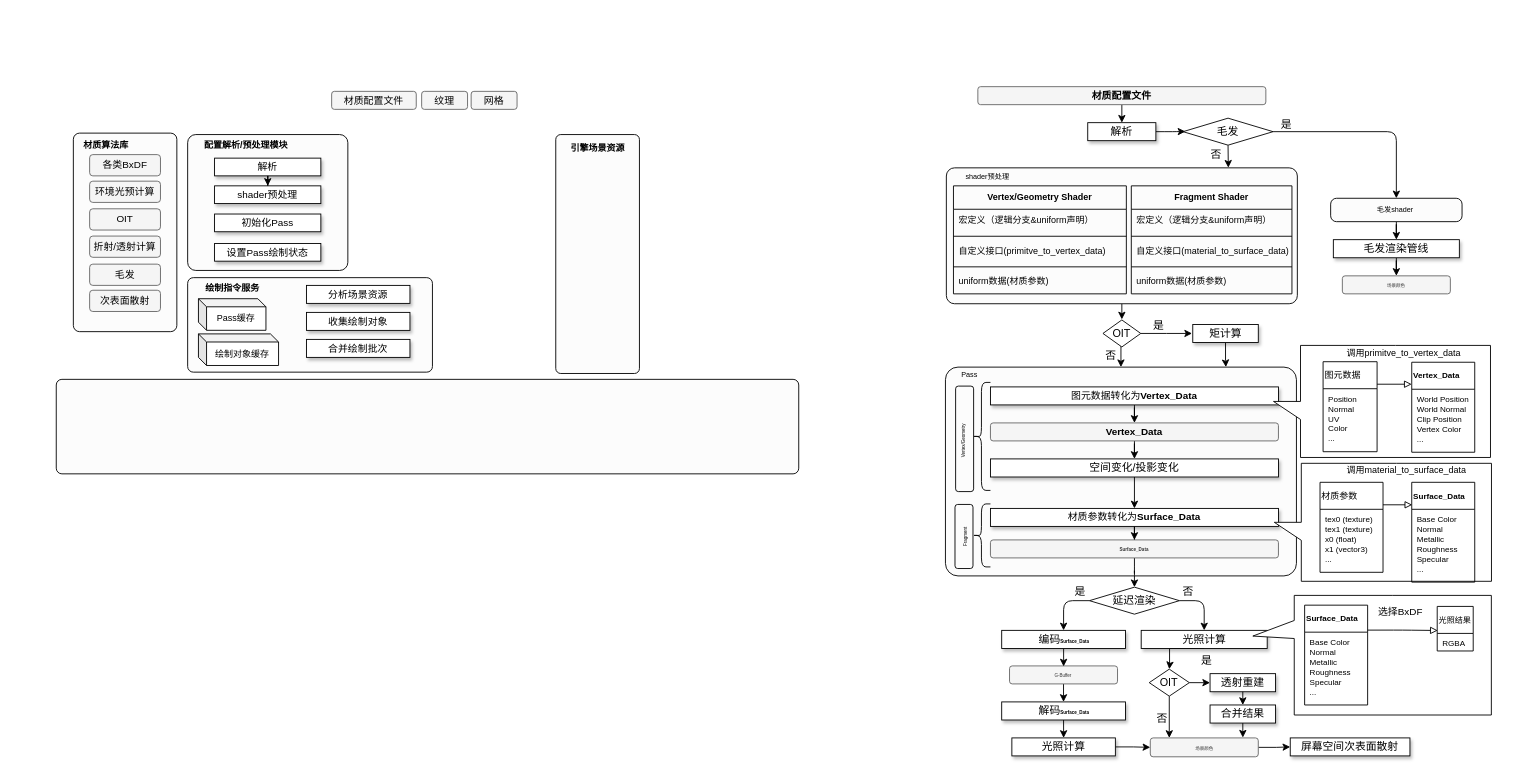
This is 未命名绘图.drawio from inliab/hello-world, a draw.io file, before an edit. Source tidied: cells renumbered, new cells numbered last; positions are measured from the earlier drawing's top-left corner, leaving out a move shared by most shapes. Both pictures are drawn from the tidied source at 90%, with x=0, y=0 at pixel (56, 86).
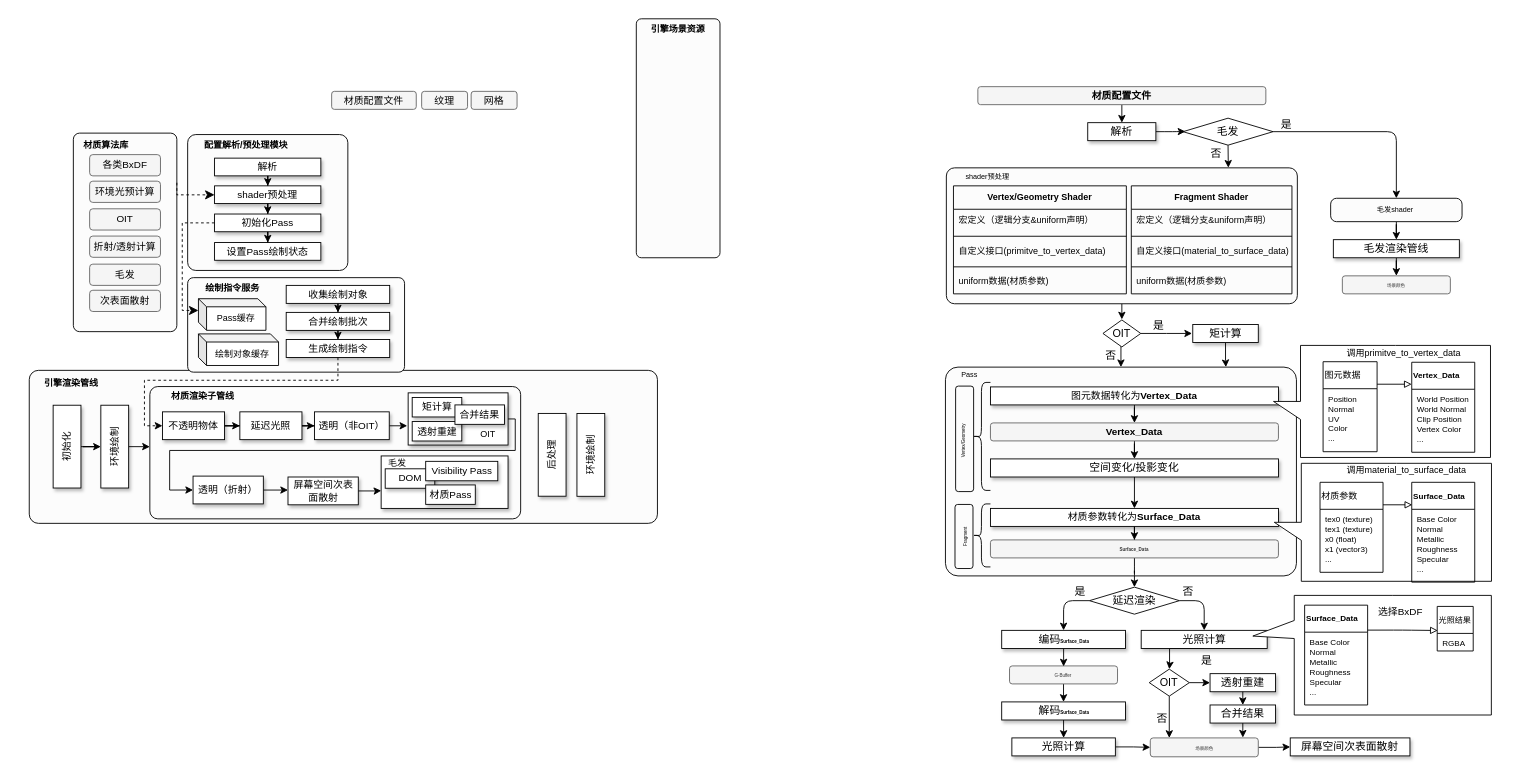
The same page after the edit.

Commit message (it also covers changes not shown here):
更新未命名绘图.drawio

Unchanged cells that the change refers to:
```xml
<mxCell id="115" value="&lt;span style=&quot;font-size: 11px;&quot;&gt;shader预处理&lt;/span&gt;" style="rounded=0;whiteSpace=wrap;html=1;fontSize=12;glass=0;strokeWidth=1;shadow=1;" parent="1" vertex="1">
  <mxGeometry x="175.9" y="110" width="118.1" height="19.7" as="geometry" />
</mxCell>
<mxCell id="117" style="rounded=1;whiteSpace=wrap;html=1;shadow=0;glass=0;sketch=0;fontSize=5;fillColor=#FCFCFC;arcSize=6;" parent="1" vertex="1">
  <mxGeometry x="19" y="51.4" width="115" height="220.6" as="geometry" />
</mxCell>
<mxCell id="127" value="Pass缓存" style="shape=cube;whiteSpace=wrap;html=1;boundedLbl=1;backgroundOutline=1;darkOpacity=0.05;darkOpacity2=0.1;fontSize=10;size=9;" parent="1" vertex="1">
  <mxGeometry x="158" y="235.4" width="75" height="35.1" as="geometry" />
</mxCell>
<mxCell id="128" value="&lt;span style=&quot;font-size: 11px;&quot;&gt;初始化Pass&lt;/span&gt;" style="rounded=0;whiteSpace=wrap;html=1;fontSize=12;glass=0;strokeWidth=1;shadow=1;" parent="1" vertex="1">
  <mxGeometry x="175.9" y="141.3" width="118.1" height="19.7" as="geometry" />
</mxCell>
```

Change to the diagram source:
```diff
@@
+    <mxCell id="137" style="rounded=1;whiteSpace=wrap;html=1;shadow=0;glass=0;sketch=0;fontSize=5;fillColor=#FCFCFC;arcSize=6;" parent="1" vertex="1">
+      <mxGeometry x="-30" y="315" width="698" height="170" as="geometry" />
+    </mxCell>
@@
+    <mxCell id="138" style="edgeStyle=orthogonalEdgeStyle;rounded=0;jettySize=auto;html=1;fontSize=10;" parent="1" edge="1" source="115" target="128">
+      <mxGeometry relative="1" as="geometry" />
+    </mxCell>
@@
-    <mxCell id="116" value="&lt;span style=&quot;font-size: 11px;&quot;&gt;设置Pass绘制状态&lt;/span&gt;" style="rounded=0;whiteSpace=wrap;html=1;fontSize=12;glass=0;strokeWidth=1;shadow=1;" parent="1" vertex="1">
-      <mxGeometry x="175.9" y="174" width="118.1" height="19.7" as="geometry" />
-    </mxCell>
@@
     <mxCell id="125" style="rounded=1;whiteSpace=wrap;html=1;shadow=0;glass=0;sketch=0;fontSize=5;fillColor=#FCFCFC;arcSize=6;" parent="1" vertex="1">
-      <mxGeometry x="146" y="212" width="272" height="105" as="geometry" />
+      <mxGeometry x="146" y="212" width="241" height="105" as="geometry" />
     </mxCell>
@@
+    <mxCell id="139" style="edgeStyle=orthogonalEdgeStyle;rounded=0;jettySize=auto;html=1;fontSize=10;" parent="1" edge="1" source="128" target="116">
+      <mxGeometry relative="1" as="geometry" />
+    </mxCell>
@@
-    <mxCell id="129" value="&lt;span style=&quot;font-size: 11px;&quot;&gt;分析场景资源&lt;/span&gt;" style="rounded=0;whiteSpace=wrap;html=1;fontSize=12;glass=0;strokeWidth=1;shadow=1;" parent="1" vertex="1">
-      <mxGeometry x="278" y="220.6" width="115" height="20" as="geometry" />
-    </mxCell>
+    <mxCell id="140" style="edgeStyle=orthogonalEdgeStyle;rounded=0;jettySize=auto;html=1;entryX=0.5;entryY=0;entryDx=0;entryDy=0;dashed=1;fontSize=10;" parent="1" edge="1" source="130" target="131">
+      <mxGeometry relative="1" as="geometry" />
+    </mxCell>
     <mxCell id="130" value="&lt;span style=&quot;font-size: 11px;&quot;&gt;收集绘制对象&lt;/span&gt;" style="rounded=0;whiteSpace=wrap;html=1;fontSize=12;glass=0;strokeWidth=1;shadow=1;" parent="1" vertex="1">
-      <mxGeometry x="278" y="250.6" width="115" height="20" as="geometry" />
+      <mxGeometry x="255.5" y="220.6" width="115" height="20" as="geometry" />
     </mxCell>
+    <mxCell id="141" style="edgeStyle=orthogonalEdgeStyle;rounded=0;jettySize=auto;html=1;entryX=0.5;entryY=0;entryDx=0;entryDy=0;dashed=1;fontSize=10;" parent="1" edge="1" source="131" target="143">
+      <mxGeometry relative="1" as="geometry" />
+    </mxCell>
     <mxCell id="131" value="&lt;span style=&quot;font-size: 11px;&quot;&gt;合并绘制批次&lt;/span&gt;" style="rounded=0;whiteSpace=wrap;html=1;fontSize=12;glass=0;strokeWidth=1;shadow=1;" parent="1" vertex="1">
-      <mxGeometry x="278" y="280.6" width="115" height="20" as="geometry" />
+      <mxGeometry x="255.5" y="250.6" width="115" height="20" as="geometry" />
     </mxCell>
     <mxCell id="132" style="rounded=1;whiteSpace=wrap;html=1;shadow=0;glass=0;sketch=0;fontSize=5;fillColor=#FCFCFC;arcSize=6;" parent="1" vertex="1">
-      <mxGeometry x="555" y="53" width="93" height="265.5" as="geometry" />
+      <mxGeometry x="644.5" y="-75.6" width="93" height="265.5" as="geometry" />
     </mxCell>
     <mxCell id="133" value="&lt;b&gt;引擎场景资源&lt;/b&gt;" style="text;html=1;strokeColor=none;fillColor=none;align=center;verticalAlign=middle;whiteSpace=wrap;rounded=0;fontSize=10;" parent="1" vertex="1">
-      <mxGeometry x="539.5" y="53" width="124" height="30" as="geometry" />
+      <mxGeometry x="629" y="-79.4" width="124" height="30" as="geometry" />
     </mxCell>
@@
     <mxCell id="135" style="rounded=1;whiteSpace=wrap;html=1;shadow=0;glass=0;sketch=0;fontSize=5;fillColor=#FCFCFC;arcSize=6;" parent="1" vertex="1">
-      <mxGeometry y="325" width="825" height="105" as="geometry" />
+      <mxGeometry x="104" y="333" width="412" height="147" as="geometry" />
     </mxCell>
@@
+    <mxCell id="116" value="&lt;span style=&quot;font-size: 11px;&quot;&gt;设置Pass绘制状态&lt;/span&gt;" style="rounded=0;whiteSpace=wrap;html=1;fontSize=12;glass=0;strokeWidth=1;shadow=1;" parent="1" vertex="1">
+      <mxGeometry x="175.9" y="173" width="118.1" height="19.7" as="geometry" />
+    </mxCell>
+    <mxCell id="142" style="edgeStyle=elbowEdgeStyle;elbow=vertical;endArrow=classic;html=1;curved=0;rounded=0;endSize=8;startSize=8;fontSize=10;exitX=0;exitY=0.5;exitDx=0;exitDy=0;entryX=0;entryY=0;entryDx=0;entryDy=13.04;entryPerimeter=0;dashed=1;" parent="1" edge="1" source="128" target="127">
+      <mxGeometry relative="1" as="geometry">
+        <Array as="points">
+          <mxPoint x="140" y="199" />
+        </Array>
+      </mxGeometry>
+    </mxCell>
+    <mxCell id="143" value="&lt;span style=&quot;font-size: 11px;&quot;&gt;生成绘制指令&lt;/span&gt;" style="rounded=0;whiteSpace=wrap;html=1;fontSize=12;glass=0;strokeWidth=1;shadow=1;" parent="1" vertex="1">
+      <mxGeometry x="255.5" y="280.7" width="115" height="20" as="geometry" />
+    </mxCell>
+    <mxCell id="144" value="&lt;b&gt;材质渲染子管线&lt;/b&gt;" style="text;html=1;strokeColor=none;fillColor=none;align=center;verticalAlign=middle;whiteSpace=wrap;rounded=0;fontSize=10;" parent="1" vertex="1">
+      <mxGeometry x="101" y="328.4" width="124" height="30" as="geometry" />
+    </mxCell>
+    <mxCell id="145" style="edgeStyle=orthogonalEdgeStyle;rounded=0;jettySize=auto;html=1;fontSize=10;" parent="1" edge="1" source="146" target="148">
+      <mxGeometry relative="1" as="geometry" />
+    </mxCell>
+    <mxCell id="146" value="&lt;span style=&quot;font-size: 11px;&quot;&gt;不透明物体&lt;/span&gt;" style="rounded=0;whiteSpace=wrap;html=1;fontSize=12;glass=0;strokeWidth=1;shadow=1;" parent="1" vertex="1">
+      <mxGeometry x="118" y="361.1" width="69" height="30.9" as="geometry" />
+    </mxCell>
+    <mxCell id="147" style="edgeStyle=orthogonalEdgeStyle;rounded=0;jettySize=auto;html=1;fontSize=10;" parent="1" edge="1" source="148" target="151">
+      <mxGeometry relative="1" as="geometry" />
+    </mxCell>
+    <mxCell id="148" value="&lt;span style=&quot;font-size: 11px;&quot;&gt;延迟光照&lt;/span&gt;" style="rounded=0;whiteSpace=wrap;html=1;fontSize=12;glass=0;strokeWidth=1;shadow=1;" parent="1" vertex="1">
+      <mxGeometry x="204" y="361.1" width="69" height="30.9" as="geometry" />
+    </mxCell>
+    <mxCell id="149" style="edgeStyle=orthogonalEdgeStyle;rounded=0;jettySize=auto;html=1;entryX=-0.017;entryY=0.625;entryDx=0;entryDy=0;entryPerimeter=0;fontSize=11;" parent="1" edge="1" source="151" target="153">
+      <mxGeometry relative="1" as="geometry" />
+    </mxCell>
+    <mxCell id="150" style="edgeStyle=orthogonalEdgeStyle;rounded=0;jettySize=auto;html=1;entryX=0;entryY=0.5;entryDx=0;entryDy=0;fontSize=11;exitX=0.5;exitY=1;exitDx=0;exitDy=0;dashed=1;" parent="1" edge="1" source="143" target="146">
+      <mxGeometry relative="1" as="geometry">
+        <Array as="points">
+          <mxPoint x="313" y="326" />
+          <mxPoint x="98" y="326" />
+          <mxPoint x="98" y="377" />
+        </Array>
+      </mxGeometry>
+    </mxCell>
+    <mxCell id="151" value="&lt;span style=&quot;font-size: 11px;&quot;&gt;透明（非OIT）&lt;/span&gt;" style="rounded=0;whiteSpace=wrap;html=1;fontSize=12;glass=0;strokeWidth=1;shadow=1;" parent="1" vertex="1">
+      <mxGeometry x="287" y="361.1" width="83" height="30.9" as="geometry" />
+    </mxCell>
+    <mxCell id="152" style="edgeStyle=orthogonalEdgeStyle;rounded=0;jettySize=auto;html=1;entryX=0;entryY=0.5;entryDx=0;entryDy=0;fontSize=10;exitX=1;exitY=0.5;exitDx=0;exitDy=0;" parent="1" edge="1" source="153" target="158">
+      <mxGeometry relative="1" as="geometry">
+        <Array as="points">
+          <mxPoint x="502" y="369" />
+          <mxPoint x="510" y="369" />
+          <mxPoint x="510" y="404" />
+          <mxPoint x="126" y="404" />
+          <mxPoint x="126" y="448" />
+        </Array>
+      </mxGeometry>
+    </mxCell>
+    <mxCell id="153" style="rounded=0;whiteSpace=wrap;html=1;fontSize=12;glass=0;strokeWidth=1;shadow=1;" parent="1" vertex="1">
+      <mxGeometry x="391" y="340" width="111" height="58" as="geometry" />
+    </mxCell>
+    <mxCell id="154" value="&lt;span style=&quot;font-size: 11px;&quot;&gt;矩计算&lt;/span&gt;" style="rounded=0;whiteSpace=wrap;html=1;fontSize=12;glass=0;strokeWidth=1;shadow=1;rotation=0;" parent="1" vertex="1">
+      <mxGeometry x="395.5" y="345.2" width="55.1" height="21.6" as="geometry" />
+    </mxCell>
+    <mxCell id="155" value="&lt;span style=&quot;font-size: 11px;&quot;&gt;透射重建&lt;/span&gt;" style="rounded=0;whiteSpace=wrap;html=1;fontSize=12;glass=0;strokeWidth=1;shadow=1;rotation=0;" parent="1" vertex="1">
+      <mxGeometry x="395.5" y="371.9" width="55.1" height="21.6" as="geometry" />
+    </mxCell>
+    <mxCell id="156" value="&lt;span style=&quot;font-size: 11px;&quot;&gt;合并结果&lt;/span&gt;" style="rounded=0;whiteSpace=wrap;html=1;fontSize=12;glass=0;strokeWidth=1;shadow=1;rotation=0;" parent="1" vertex="1">
+      <mxGeometry x="443" y="353.4" width="55.1" height="21.6" as="geometry" />
+    </mxCell>
+    <mxCell id="157" style="edgeStyle=orthogonalEdgeStyle;rounded=0;jettySize=auto;html=1;entryX=0;entryY=0.5;entryDx=0;entryDy=0;fontSize=10;" parent="1" edge="1" source="158">
+      <mxGeometry relative="1" as="geometry">
+        <mxPoint x="257.5" y="448" as="targetPoint" />
+      </mxGeometry>
+    </mxCell>
+    <mxCell id="158" value="&lt;span style=&quot;font-size: 11px;&quot;&gt;透明（折射）&lt;/span&gt;" style="rounded=0;whiteSpace=wrap;html=1;fontSize=12;glass=0;strokeWidth=1;shadow=1;" parent="1" vertex="1">
+      <mxGeometry x="152" y="432.5" width="78.1" height="30.9" as="geometry" />
+    </mxCell>
+    <mxCell id="159" style="edgeStyle=orthogonalEdgeStyle;rounded=0;jettySize=auto;html=1;entryX=0.001;entryY=0.663;entryDx=0;entryDy=0;entryPerimeter=0;fontSize=11;" parent="1" edge="1" source="160" target="162">
+      <mxGeometry relative="1" as="geometry" />
+    </mxCell>
+    <mxCell id="160" value="&lt;span style=&quot;font-size: 11px;&quot;&gt;屏幕空间次表面散射&lt;/span&gt;" style="rounded=0;whiteSpace=wrap;html=1;fontSize=12;glass=0;strokeWidth=1;shadow=1;" parent="1" vertex="1">
+      <mxGeometry x="257.5" y="433.5" width="78.1" height="30.9" as="geometry" />
+    </mxCell>
+    <mxCell id="161" value="OIT" style="text;html=1;strokeColor=none;fillColor=none;align=center;verticalAlign=middle;whiteSpace=wrap;rounded=0;fontSize=10;rotation=0;" parent="1" vertex="1">
+      <mxGeometry x="418" y="371.1" width="124" height="30" as="geometry" />
+    </mxCell>
+    <mxCell id="162" style="rounded=0;whiteSpace=wrap;html=1;fontSize=12;glass=0;strokeWidth=1;shadow=1;" parent="1" vertex="1">
+      <mxGeometry x="361" y="410.1" width="141" height="58.3" as="geometry" />
+    </mxCell>
+    <mxCell id="163" value="&lt;span style=&quot;font-size: 11px;&quot;&gt;DOM&lt;/span&gt;" style="rounded=0;whiteSpace=wrap;html=1;fontSize=12;glass=0;strokeWidth=1;shadow=1;rotation=0;" parent="1" vertex="1">
+      <mxGeometry x="365.5" y="424.4" width="55.1" height="21.6" as="geometry" />
+    </mxCell>
+    <mxCell id="164" value="&lt;span style=&quot;font-size: 11px;&quot;&gt;材质Pass&lt;/span&gt;" style="rounded=0;whiteSpace=wrap;html=1;fontSize=12;glass=0;strokeWidth=1;shadow=1;rotation=0;" parent="1" vertex="1">
+      <mxGeometry x="410.5" y="442.3" width="55.1" height="21.6" as="geometry" />
+    </mxCell>
+    <mxCell id="165" value="&lt;span style=&quot;font-size: 11px;&quot;&gt;Visibility Pass&lt;/span&gt;" style="rounded=0;whiteSpace=wrap;html=1;fontSize=12;glass=0;strokeWidth=1;shadow=1;rotation=0;" parent="1" vertex="1">
+      <mxGeometry x="410.5" y="416.1" width="80.1" height="21.6" as="geometry" />
+    </mxCell>
+    <mxCell id="166" value="毛发" style="text;html=1;strokeColor=none;fillColor=none;align=center;verticalAlign=middle;whiteSpace=wrap;rounded=0;fontSize=10;rotation=0;" parent="1" vertex="1">
+      <mxGeometry x="317" y="403" width="124" height="30" as="geometry" />
+    </mxCell>
+    <mxCell id="167" style="edgeStyle=elbowEdgeStyle;elbow=vertical;endArrow=classic;html=1;curved=0;rounded=0;endSize=8;startSize=8;fontSize=10;entryX=0;entryY=0.5;entryDx=0;entryDy=0;dashed=1;exitX=1;exitY=0.25;exitDx=0;exitDy=0;" parent="1" edge="1" source="117" target="115">
+      <mxGeometry relative="1" as="geometry">
+        <Array as="points">
+          <mxPoint x="159" y="120" />
+        </Array>
+      </mxGeometry>
+    </mxCell>
+    <mxCell id="168" style="edgeStyle=orthogonalEdgeStyle;rounded=0;jettySize=auto;html=1;fontSize=11;" parent="1" edge="1" source="169" target="171">
+      <mxGeometry relative="1" as="geometry" />
+    </mxCell>
+    <mxCell id="169" value="&lt;span style=&quot;font-size: 11px;&quot;&gt;初始化&lt;/span&gt;" style="rounded=0;whiteSpace=wrap;html=1;fontSize=12;glass=0;strokeWidth=1;shadow=1;rotation=-90;" parent="1" vertex="1">
+      <mxGeometry x="-34" y="384.3" width="92" height="30.9" as="geometry" />
+    </mxCell>
+    <mxCell id="170" style="edgeStyle=orthogonalEdgeStyle;rounded=0;jettySize=auto;html=1;entryX=0;entryY=0.455;entryDx=0;entryDy=0;entryPerimeter=0;fontSize=11;" parent="1" edge="1" source="171" target="135">
+      <mxGeometry relative="1" as="geometry" />
+    </mxCell>
+    <mxCell id="171" value="&lt;span style=&quot;font-size: 11px;&quot;&gt;环境绘制&lt;/span&gt;" style="rounded=0;whiteSpace=wrap;html=1;fontSize=12;glass=0;strokeWidth=1;shadow=1;rotation=-90;" parent="1" vertex="1">
+      <mxGeometry x="19" y="384.3" width="92" height="30.9" as="geometry" />
+    </mxCell>
+    <mxCell id="172" value="&lt;b&gt;引擎渲染管线&lt;/b&gt;" style="text;html=1;strokeColor=none;fillColor=none;align=center;verticalAlign=middle;whiteSpace=wrap;rounded=0;fontSize=10;" parent="1" vertex="1">
+      <mxGeometry x="-45" y="314" width="124" height="30" as="geometry" />
+    </mxCell>
+    <mxCell id="173" value="&lt;span style=&quot;font-size: 11px;&quot;&gt;后处理&lt;/span&gt;" style="rounded=0;whiteSpace=wrap;html=1;fontSize=12;glass=0;strokeWidth=1;shadow=1;rotation=-90;" parent="1" vertex="1">
+      <mxGeometry x="505" y="393.4" width="92" height="30.9" as="geometry" />
+    </mxCell>
+    <mxCell id="174" value="&lt;span style=&quot;font-size: 11px;&quot;&gt;环境绘制&lt;/span&gt;" style="rounded=0;whiteSpace=wrap;html=1;fontSize=12;glass=0;strokeWidth=1;shadow=1;rotation=-90;" parent="1" vertex="1">
+      <mxGeometry x="548" y="393.5" width="92" height="30.9" as="geometry" />
+    </mxCell>
```
